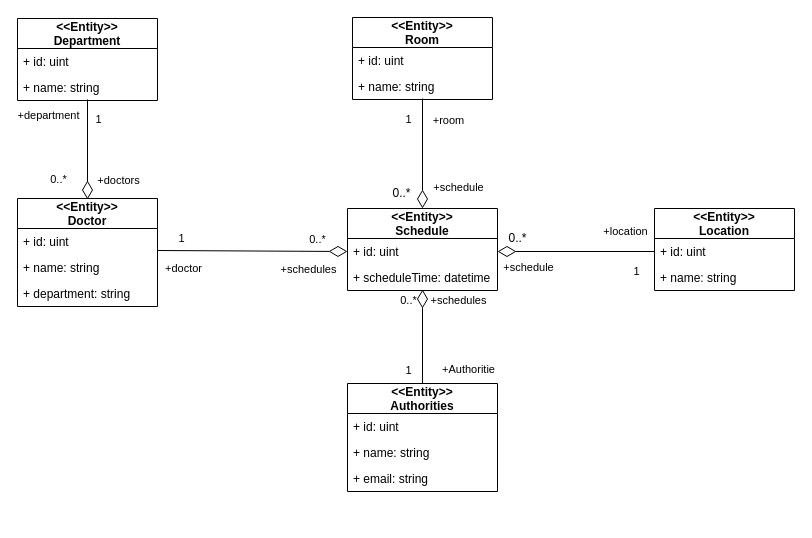
nunpromporn/DoctorSchedule keeps this draw.io diagram as page "Design" (10 of 10) of ระบบนัดหมาย.drawio. Above is the earlier version. Source tidied: cells renumbered, new cells numbered last; positions are measured from the earlier drawing's top-left corner, leaving out a move shared by most shapes. Both pictures are drawn from the tidied source at 100%, with x=0, y=0 at pixel (17, 17).
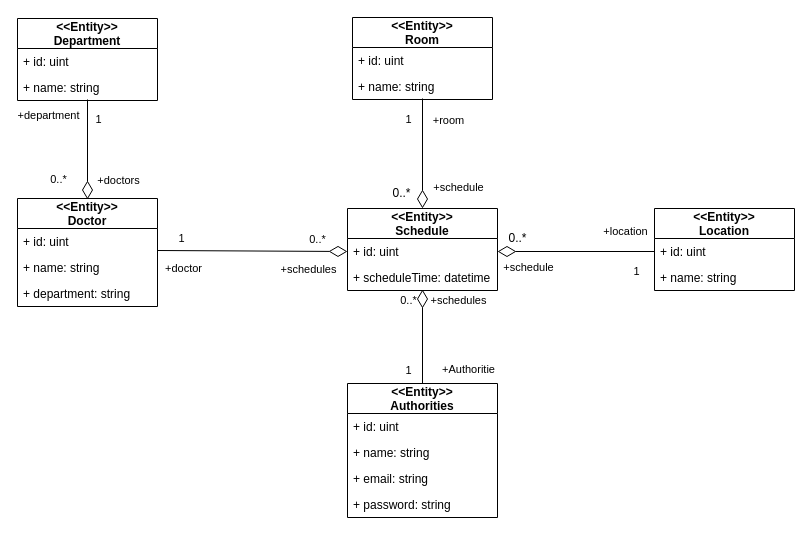
Above is the later version.

What changed in the source:
```diff
@@
     <mxCell id="15" value="&lt;&lt;Entity&gt;&gt;&#10;Authorities" style="swimlane;fontStyle=1;horizontal=1;startSize=30;fillColor=none;" parent="1" vertex="1">
-      <mxGeometry x="330" y="366" width="150" height="108" as="geometry" />
+      <mxGeometry x="330" y="366" width="150" height="134" as="geometry" />
     </mxCell>
@@
+    <mxCell id="47" value="+ password: string&#10;" style="text;strokeColor=none;fillColor=none;align=left;verticalAlign=top;spacingLeft=4;spacingRight=4;overflow=hidden;" parent="15" vertex="1">
+      <mxGeometry y="108" width="150" height="26" as="geometry" />
+    </mxCell>
```
